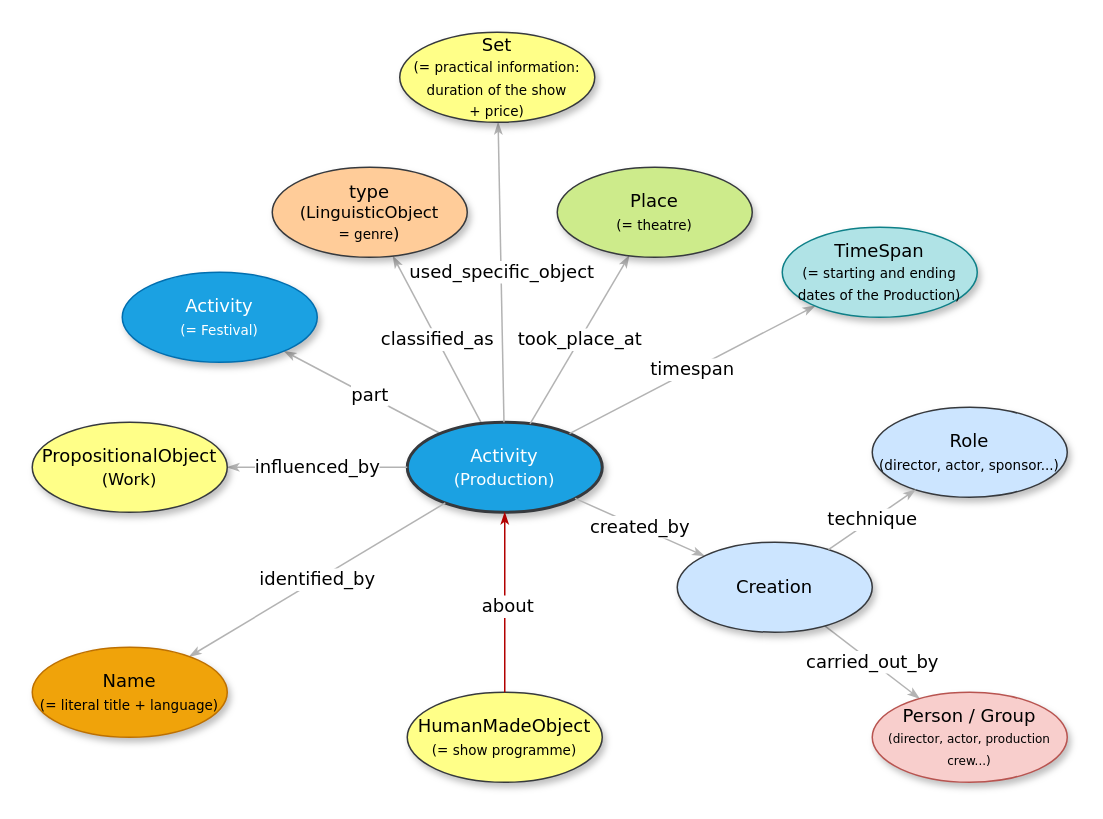
stage-to-data/linked-art-pa keeps this draw.io diagram as Figures-Cookbook/B.drawio. Above is the earlier version. Source tidied: cells renumbered, new cells numbered last; positions are measured from the earlier drawing's top-left corner, leaving out a move shared by most shapes. Both pictures are drawn from the tidied source at 150%, with x=0, y=0 at pixel (32, 32).
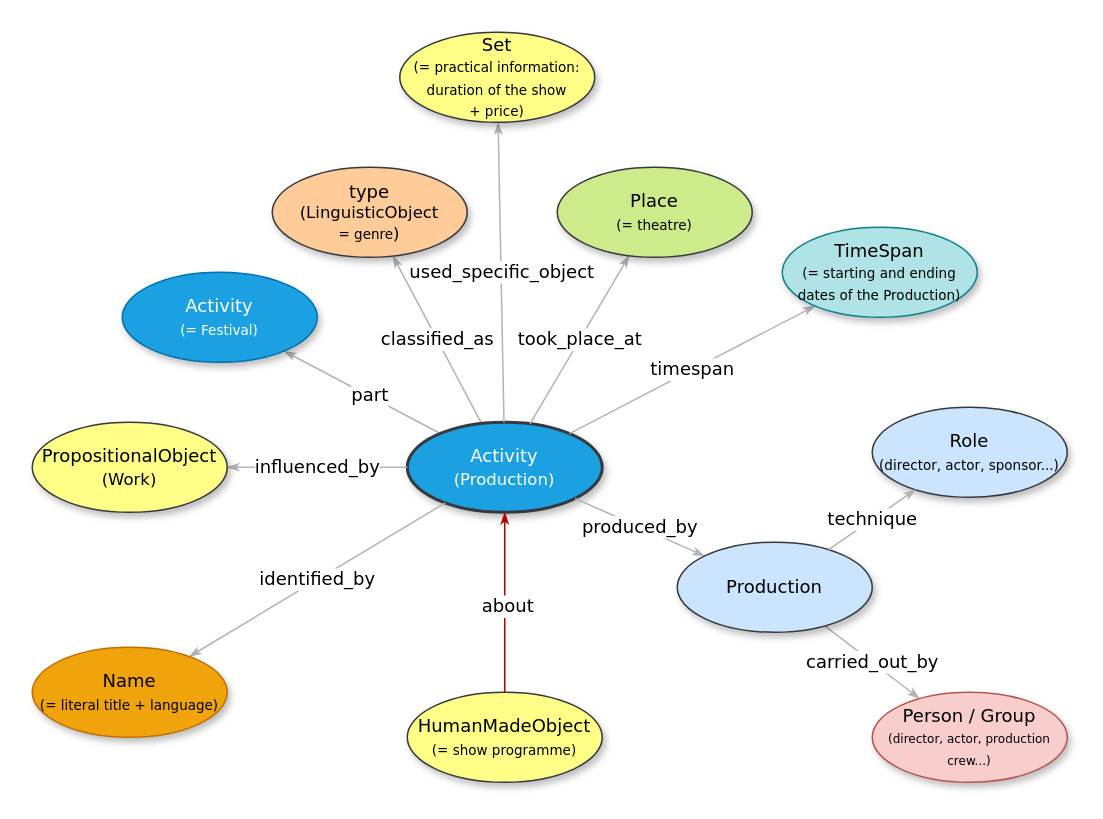
The same page after the edit.

The change refers to these unchanged cells:
```xml
<mxCell id="5" value="&lt;div&gt;Activity&lt;/div&gt;&lt;div&gt;&lt;font style=&quot;font-size: 11px;&quot;&gt;(Production)&lt;/font&gt;&lt;/div&gt;" style="ellipse;whiteSpace=wrap;html=1;rounded=0;shadow=1;comic=0;labelBackgroundColor=none;strokeWidth=2;fontFamily=Verdana;fontSize=12;align=center;fillColor=#1ba1e2;strokeColor=#36393D;fontColor=#ffffff;" parent="1" vertex="1">
  <mxGeometry x="250" y="260" width="130" height="60" as="geometry" />
</mxCell>
```

Diff of the diagram source:
```diff
@@
-    <mxCell id="21" value="created_by" style="edgeStyle=none;rounded=1;html=1;labelBackgroundColor=#FFFFFF;startArrow=none;startFill=0;startSize=5;endArrow=classicThin;endFill=1;endSize=5;jettySize=auto;strokeColor=#B3B3B3;strokeWidth=1;fontFamily=Verdana;fontSize=12;" parent="1" edge="1" source="5" target="22">
+    <mxCell id="21" value="produced_by" style="edgeStyle=none;rounded=1;html=1;labelBackgroundColor=#FFFFFF;startArrow=none;startFill=0;startSize=5;endArrow=classicThin;endFill=1;endSize=5;jettySize=auto;strokeColor=#B3B3B3;strokeWidth=1;fontFamily=Verdana;fontSize=12;" parent="1" edge="1" source="5" target="22">
       <mxGeometry relative="1" as="geometry" />
     </mxCell>
-    <mxCell id="22" value="&lt;span&gt;Creation&lt;/span&gt;" style="ellipse;whiteSpace=wrap;html=1;rounded=0;shadow=1;comic=0;labelBackgroundColor=none;strokeWidth=1;fontFamily=Verdana;fontSize=12;align=center;fillColor=#cce5ff;strokeColor=#36393d;" parent="1" vertex="1">
+    <mxCell id="22" value="&lt;span&gt;Production&lt;/span&gt;" style="ellipse;whiteSpace=wrap;html=1;rounded=0;shadow=1;comic=0;labelBackgroundColor=none;strokeWidth=1;fontFamily=Verdana;fontSize=12;align=center;fillColor=#cce5ff;strokeColor=#36393d;" parent="1" vertex="1">
       <mxGeometry x="430" y="340" width="130" height="60" as="geometry" />
     </mxCell>
```
